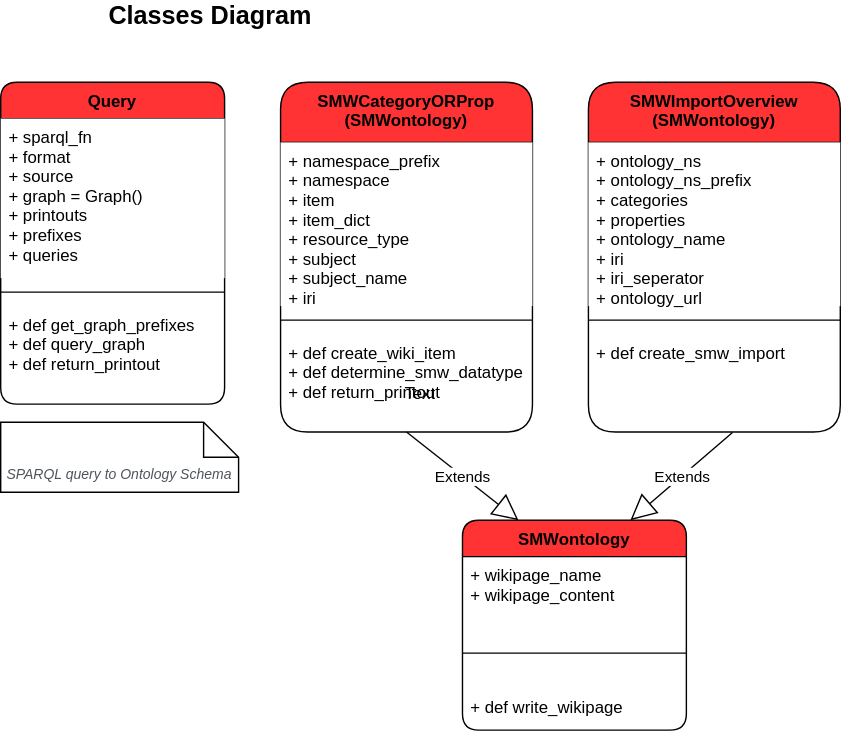
This is docs/ontology2smw_classes.svg from andrecastro0o/ontology2smw, a draw.io export, as it was before one commit. Source tidied: cells renumbered, new cells last; positions are measured from the earlier drawing's top-left corner, leaving out a move shared by most shapes.
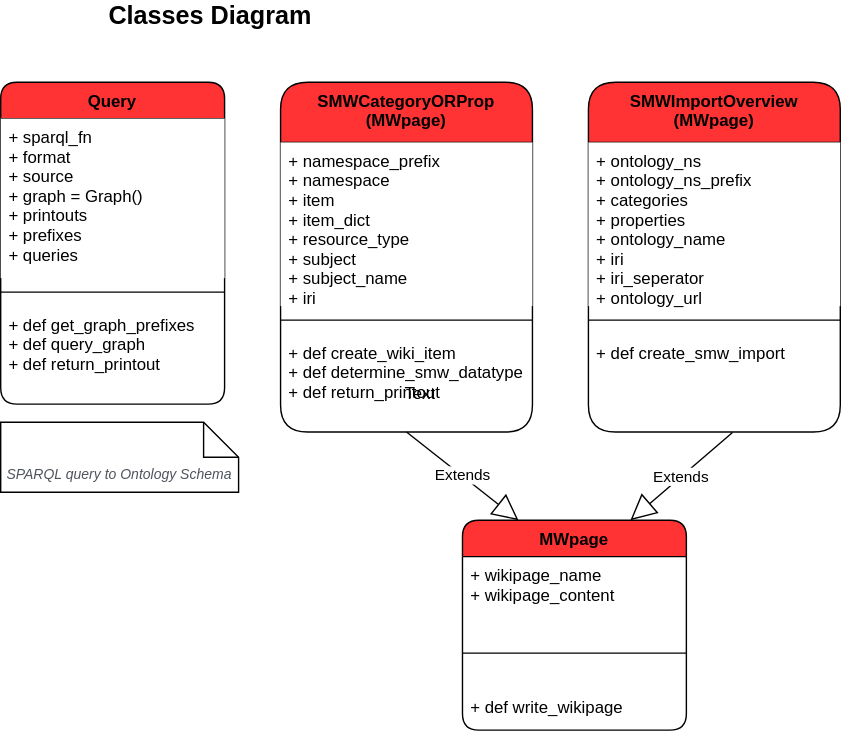
Above is the later version.

Commit message:
Update ontology2smw_classes.svg MWpage class

Change to the diagram source:
```diff
@@ -2,7 +2,7 @@
   <root>
     <mxCell id="0" />
     <mxCell id="1" parent="0" />
-    <mxCell id="2" value="SMWontology" style="swimlane;fontStyle=1;align=center;verticalAlign=top;horizontal=1;startSize=26;rounded=1;shadow=0;glass=0;sketch=0;fillColor=#FF3333;gradientColor=none;fontSize=12;html=0;" parent="1" vertex="1">
+    <mxCell id="2" value="MWpage" style="swimlane;fontStyle=1;align=center;verticalAlign=top;horizontal=1;startSize=26;rounded=1;shadow=0;glass=0;sketch=0;fillColor=#FF3333;gradientColor=none;fontSize=12;html=0;" parent="1" vertex="1">
       <mxGeometry x="330" y="370" width="160" height="150" as="geometry" />
     </mxCell>
     <mxCell id="3" value="+ wikipage_name&#10;+ wikipage_content&#10;&#10;" style="text;strokeColor=none;fillColor=none;align=left;verticalAlign=top;spacingLeft=4;spacingRight=4;overflow=hidden;" parent="2" vertex="1">
@@ -29,7 +29,7 @@
     <mxCell id="10" value="&lt;i&gt;&lt;font color=&quot;#4F545C&quot;&gt;SPARQL query to Ontology Schema&lt;/font&gt;&lt;/i&gt;" style="shape=note2;boundedLbl=1;whiteSpace=wrap;html=1;size=25;verticalAlign=top;align=center;rounded=1;shadow=0;glass=0;sketch=0;gradientColor=none;fontSize=10;fontColor=none;fillColor=#FFFFFF;" parent="1" vertex="1">
       <mxGeometry y="300" width="170" height="50" as="geometry" />
     </mxCell>
-    <mxCell id="11" value="SMWCategoryORProp&#10;(SMWontology)" style="swimlane;fontStyle=1;align=center;verticalAlign=top;horizontal=1;startSize=43;rounded=1;shadow=0;glass=0;sketch=0;fillColor=#FF3333;gradientColor=none;fontSize=12;html=0;" parent="1" vertex="1">
+    <mxCell id="11" value="SMWCategoryORProp&#10;(MWpage)" style="swimlane;fontStyle=1;align=center;verticalAlign=top;horizontal=1;startSize=43;rounded=1;shadow=0;glass=0;sketch=0;fillColor=#FF3333;gradientColor=none;fontSize=12;html=0;" parent="1" vertex="1">
       <mxGeometry x="200" y="57" width="180" height="250" as="geometry" />
     </mxCell>
     <mxCell id="12" value="+ namespace_prefix&#10;+ namespace&#10;+ item&#10;+ item_dict&#10;+ resource_type&#10;+ subject&#10;+ subject_name&#10;+ iri&#10;" style="text;strokeColor=none;align=left;verticalAlign=top;spacingLeft=4;spacingRight=4;overflow=hidden;fillColor=#ffffff;" parent="11" vertex="1">
@@ -41,7 +41,7 @@
     <mxCell id="14" value="+ def create_wiki_item&#10;+ def determine_smw_datatype&#10;+ def return_printout&#10;" style="text;strokeColor=none;fillColor=none;align=left;verticalAlign=top;spacingLeft=4;spacingRight=4;overflow=hidden;" parent="11" vertex="1">
       <mxGeometry y="180" width="180" height="70" as="geometry" />
     </mxCell>
-    <mxCell id="15" value="SMWImportOverview&#10;(SMWontology)" style="swimlane;fontStyle=1;align=center;verticalAlign=top;horizontal=1;startSize=43;rounded=1;shadow=0;glass=0;sketch=0;fillColor=#FF3333;gradientColor=none;fontSize=12;html=0;" parent="1" vertex="1">
+    <mxCell id="15" value="SMWImportOverview&#10;(MWpage)" style="swimlane;fontStyle=1;align=center;verticalAlign=top;horizontal=1;startSize=43;rounded=1;shadow=0;glass=0;sketch=0;fillColor=#FF3333;gradientColor=none;fontSize=12;html=0;" parent="1" vertex="1">
       <mxGeometry x="420" y="57" width="180" height="250" as="geometry" />
     </mxCell>
     <mxCell id="16" value="+ ontology_ns&#10;+ ontology_ns_prefix&#10;+ categories&#10;+ properties&#10;+ ontology_name&#10;+ iri&#10;+ iri_seperator&#10;+ ontology_url&#10;" style="text;strokeColor=none;align=left;verticalAlign=top;spacingLeft=4;spacingRight=4;overflow=hidden;fillColor=#ffffff;" parent="15" vertex="1">
```
